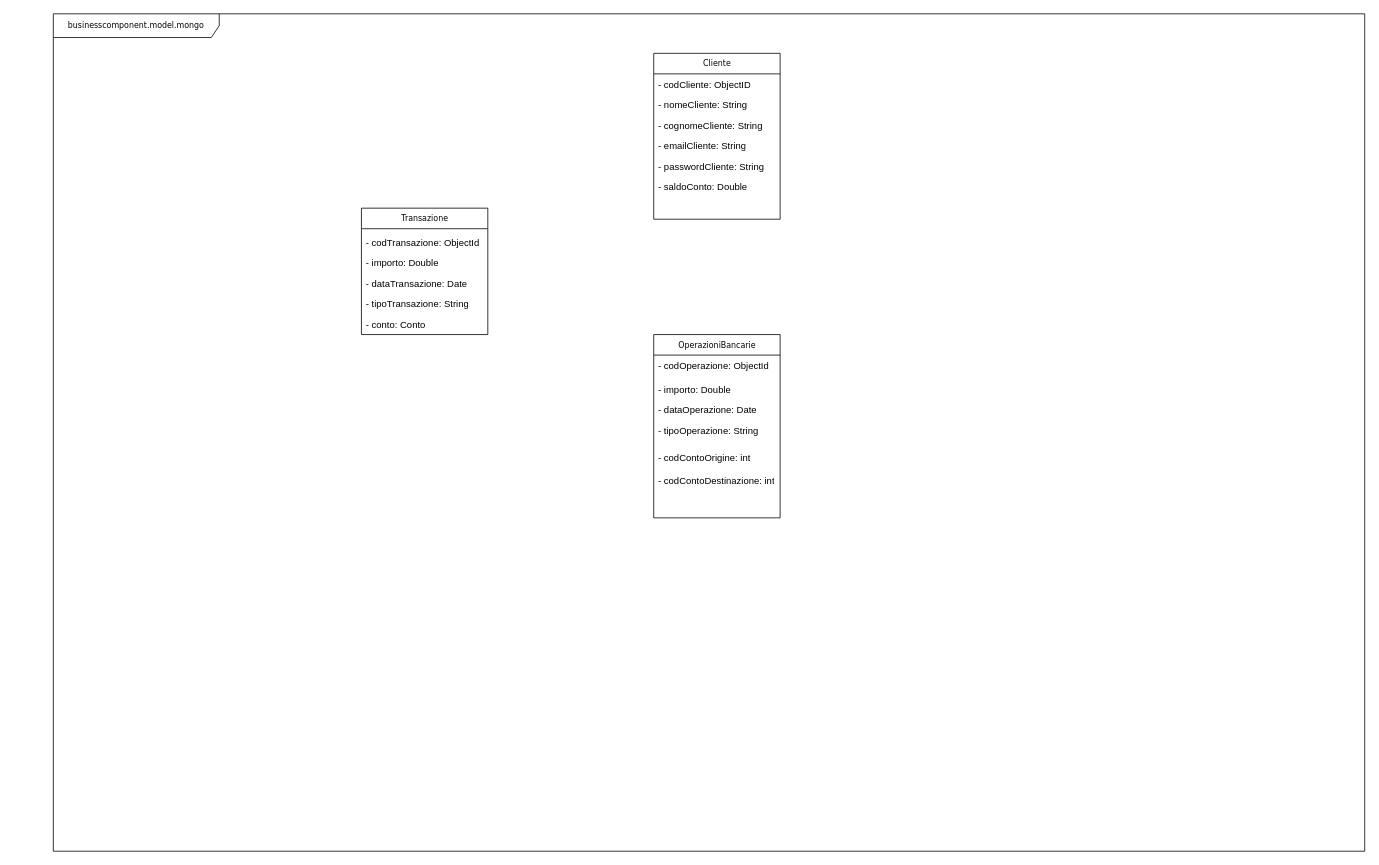
This is page "modelMongo" (2 of 4) of DiagrammaCalssi.drawio from davide-vigano-tas/applicazione-bancaria, a draw.io file, before an edit. Source tidied: cells renumbered, new cells numbered last; positions are measured from the earlier drawing's top-left corner, leaving out a move shared by most shapes. Both pictures are drawn from the tidied source at 79%, with x=0, y=0 at pixel (53, 13).
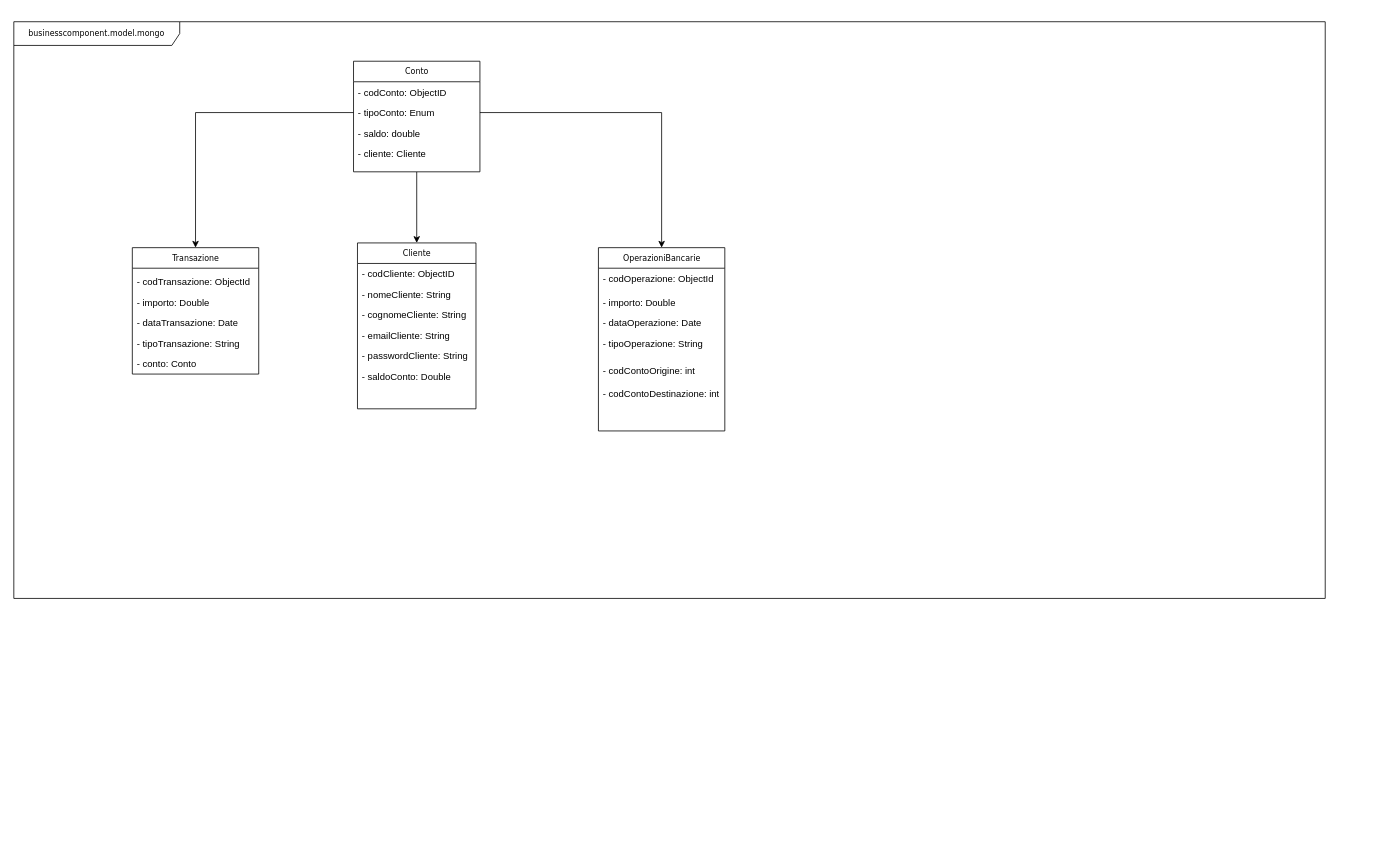
The same diagram, later.

Unchanged cells that the change refers to:
```xml
<mxCell id="4" value="Transazione" style="swimlane;html=1;fontStyle=0;horizontal=1;startSize=26;fillColor=none;swimlaneFillColor=#ffffff;rounded=0;shadow=0;comic=0;labelBackgroundColor=none;strokeWidth=1;fontFamily=Verdana;fontSize=10;align=center;" parent="3" vertex="1">
  <mxGeometry y="-4" width="160" height="160" as="geometry" />
</mxCell>
<mxCell id="11" value="OperazioniBancarie" style="swimlane;html=1;fontStyle=0;horizontal=1;startSize=26;fillColor=none;swimlaneFillColor=#ffffff;rounded=0;shadow=0;comic=0;labelBackgroundColor=none;strokeWidth=1;fontFamily=Verdana;fontSize=10;align=center;" parent="10" vertex="1">
  <mxGeometry y="-4" width="160" height="232" as="geometry" />
</mxCell>
```

Change to the diagram source:
```diff
@@
     <mxCell id="2" value="businesscomponent.model.mongo" style="shape=umlFrame;whiteSpace=wrap;html=1;rounded=0;shadow=0;comic=0;labelBackgroundColor=none;strokeWidth=1;fontFamily=Verdana;fontSize=10;align=center;width=210;height=30;" parent="1" vertex="1">
-      <mxGeometry width="1660" height="1060" as="geometry" />
+      <mxGeometry x="-50" y="10" width="1660" height="730" as="geometry" />
     </mxCell>
     <mxCell id="3" style="group;" parent="1" vertex="1">
-      <mxGeometry x="390" y="250" width="160" height="160" as="geometry" />
+      <mxGeometry x="100" y="300" width="160" height="160" as="geometry" />
     </mxCell>
@@
     <mxCell id="10" style="group;" parent="1" vertex="1">
-      <mxGeometry x="760" y="410" width="160" height="210" as="geometry" />
+      <mxGeometry x="690" y="300" width="160" height="210" as="geometry" />
     </mxCell>
@@
     <mxCell id="21" value="Cliente" style="swimlane;html=1;fontStyle=0;horizontal=1;startSize=26;fillColor=none;swimlaneFillColor=#ffffff;rounded=0;shadow=0;comic=0;labelBackgroundColor=none;strokeWidth=1;fontFamily=Verdana;fontSize=10;align=center;" parent="1" vertex="1">
-      <mxGeometry x="760" y="50" width="160" height="210" as="geometry" />
+      <mxGeometry x="385" y="290" width="150" height="210" as="geometry" />
     </mxCell>
     <mxCell id="22" value="- codCliente: ObjectID" style="text;html=1;strokeColor=none;fillColor=none;align=left;verticalAlign=top;spacingLeft=4;spacingRight=4;whiteSpace=wrap;overflow=hidden;" parent="21" vertex="1">
-      <mxGeometry y="26" width="160" height="26" as="geometry" />
+      <mxGeometry y="26" width="150" height="26" as="geometry" />
     </mxCell>
     <mxCell id="23" value="- nomeCliente: String" style="text;html=1;strokeColor=none;fillColor=none;align=left;verticalAlign=top;spacingLeft=4;spacingRight=4;whiteSpace=wrap;overflow=hidden;" parent="21" vertex="1">
-      <mxGeometry y="52" width="160" height="26" as="geometry" />
+      <mxGeometry y="52" width="150" height="26" as="geometry" />
     </mxCell>
     <mxCell id="24" value="- cognomeCliente: String" style="text;html=1;strokeColor=none;fillColor=none;align=left;verticalAlign=top;spacingLeft=4;spacingRight=4;whiteSpace=wrap;overflow=hidden;" parent="21" vertex="1">
-      <mxGeometry y="78" width="160" height="26" as="geometry" />
+      <mxGeometry y="78" width="150" height="26" as="geometry" />
     </mxCell>
     <mxCell id="25" value="- emailCliente: String" style="text;html=1;strokeColor=none;fillColor=none;align=left;verticalAlign=top;spacingLeft=4;spacingRight=4;whiteSpace=wrap;overflow=hidden;" parent="21" vertex="1">
-      <mxGeometry y="104" width="160" height="26" as="geometry" />
+      <mxGeometry y="104" width="150" height="26" as="geometry" />
     </mxCell>
     <mxCell id="26" value="- passwordCliente: String" style="text;html=1;strokeColor=none;fillColor=none;align=left;verticalAlign=top;spacingLeft=4;spacingRight=4;whiteSpace=wrap;overflow=hidden;" parent="21" vertex="1">
-      <mxGeometry y="130" width="160" height="26" as="geometry" />
+      <mxGeometry y="130" width="150" height="26" as="geometry" />
     </mxCell>
     <mxCell id="27" value="- saldoConto: Double" style="text;html=1;strokeColor=none;fillColor=none;align=left;verticalAlign=top;spacingLeft=4;spacingRight=4;whiteSpace=wrap;overflow=hidden;" parent="21" vertex="1">
-      <mxGeometry y="156" width="160" height="26" as="geometry" />
+      <mxGeometry y="156" width="150" height="26" as="geometry" />
     </mxCell>
+    <mxCell id="28" style="edgeStyle=orthogonalEdgeStyle;rounded=0;jettySize=auto;html=1;exitX=0.5;exitY=1;exitDx=0;exitDy=0;entryX=0.5;entryY=0;entryDx=0;entryDy=0;" parent="1" edge="1" source="29" target="21">
+      <mxGeometry relative="1" as="geometry" />
+    </mxCell>
+    <mxCell id="29" value="Conto" style="swimlane;html=1;fontStyle=0;horizontal=1;startSize=26;fillColor=none;swimlaneFillColor=#ffffff;rounded=0;shadow=0;comic=0;labelBackgroundColor=none;strokeWidth=1;fontFamily=Verdana;fontSize=10;align=center;" parent="1" vertex="1">
+      <mxGeometry x="380" y="60" width="160" height="140" as="geometry" />
+    </mxCell>
+    <mxCell id="30" value="- codConto: ObjectID" style="text;html=1;strokeColor=none;fillColor=none;align=left;verticalAlign=top;spacingLeft=4;spacingRight=4;whiteSpace=wrap;overflow=hidden;" parent="29" vertex="1">
+      <mxGeometry y="26" width="160" height="26" as="geometry" />
+    </mxCell>
+    <mxCell id="31" value="- tipoConto: Enum" style="text;html=1;strokeColor=none;fillColor=none;align=left;verticalAlign=top;spacingLeft=4;spacingRight=4;whiteSpace=wrap;overflow=hidden;points=[[0,0.5],[1,0.5]];portConstraint=eastwest;" parent="29" vertex="1">
+      <mxGeometry y="52" width="160" height="26" as="geometry" />
+    </mxCell>
+    <mxCell id="32" value="- saldo: double" style="text;html=1;strokeColor=none;fillColor=none;align=left;verticalAlign=top;spacingLeft=4;spacingRight=4;whiteSpace=wrap;overflow=hidden;" parent="29" vertex="1">
+      <mxGeometry y="78" width="160" height="26" as="geometry" />
+    </mxCell>
+    <mxCell id="33" value="- cliente: Cliente" style="text;html=1;strokeColor=none;fillColor=none;align=left;verticalAlign=top;spacingLeft=4;spacingRight=4;whiteSpace=wrap;overflow=hidden;" parent="29" vertex="1">
+      <mxGeometry y="104" width="160" height="26" as="geometry" />
+    </mxCell>
+    <mxCell id="34" style="edgeStyle=orthogonalEdgeStyle;rounded=0;jettySize=auto;html=1;exitX=0;exitY=0.5;exitDx=0;exitDy=0;" parent="1" edge="1" source="31" target="4">
+      <mxGeometry relative="1" as="geometry" />
+    </mxCell>
+    <mxCell id="35" style="edgeStyle=orthogonalEdgeStyle;rounded=0;jettySize=auto;html=1;exitX=1;exitY=0.5;exitDx=0;exitDy=0;" parent="1" edge="1" source="31" target="11">
+      <mxGeometry relative="1" as="geometry" />
+    </mxCell>
```
